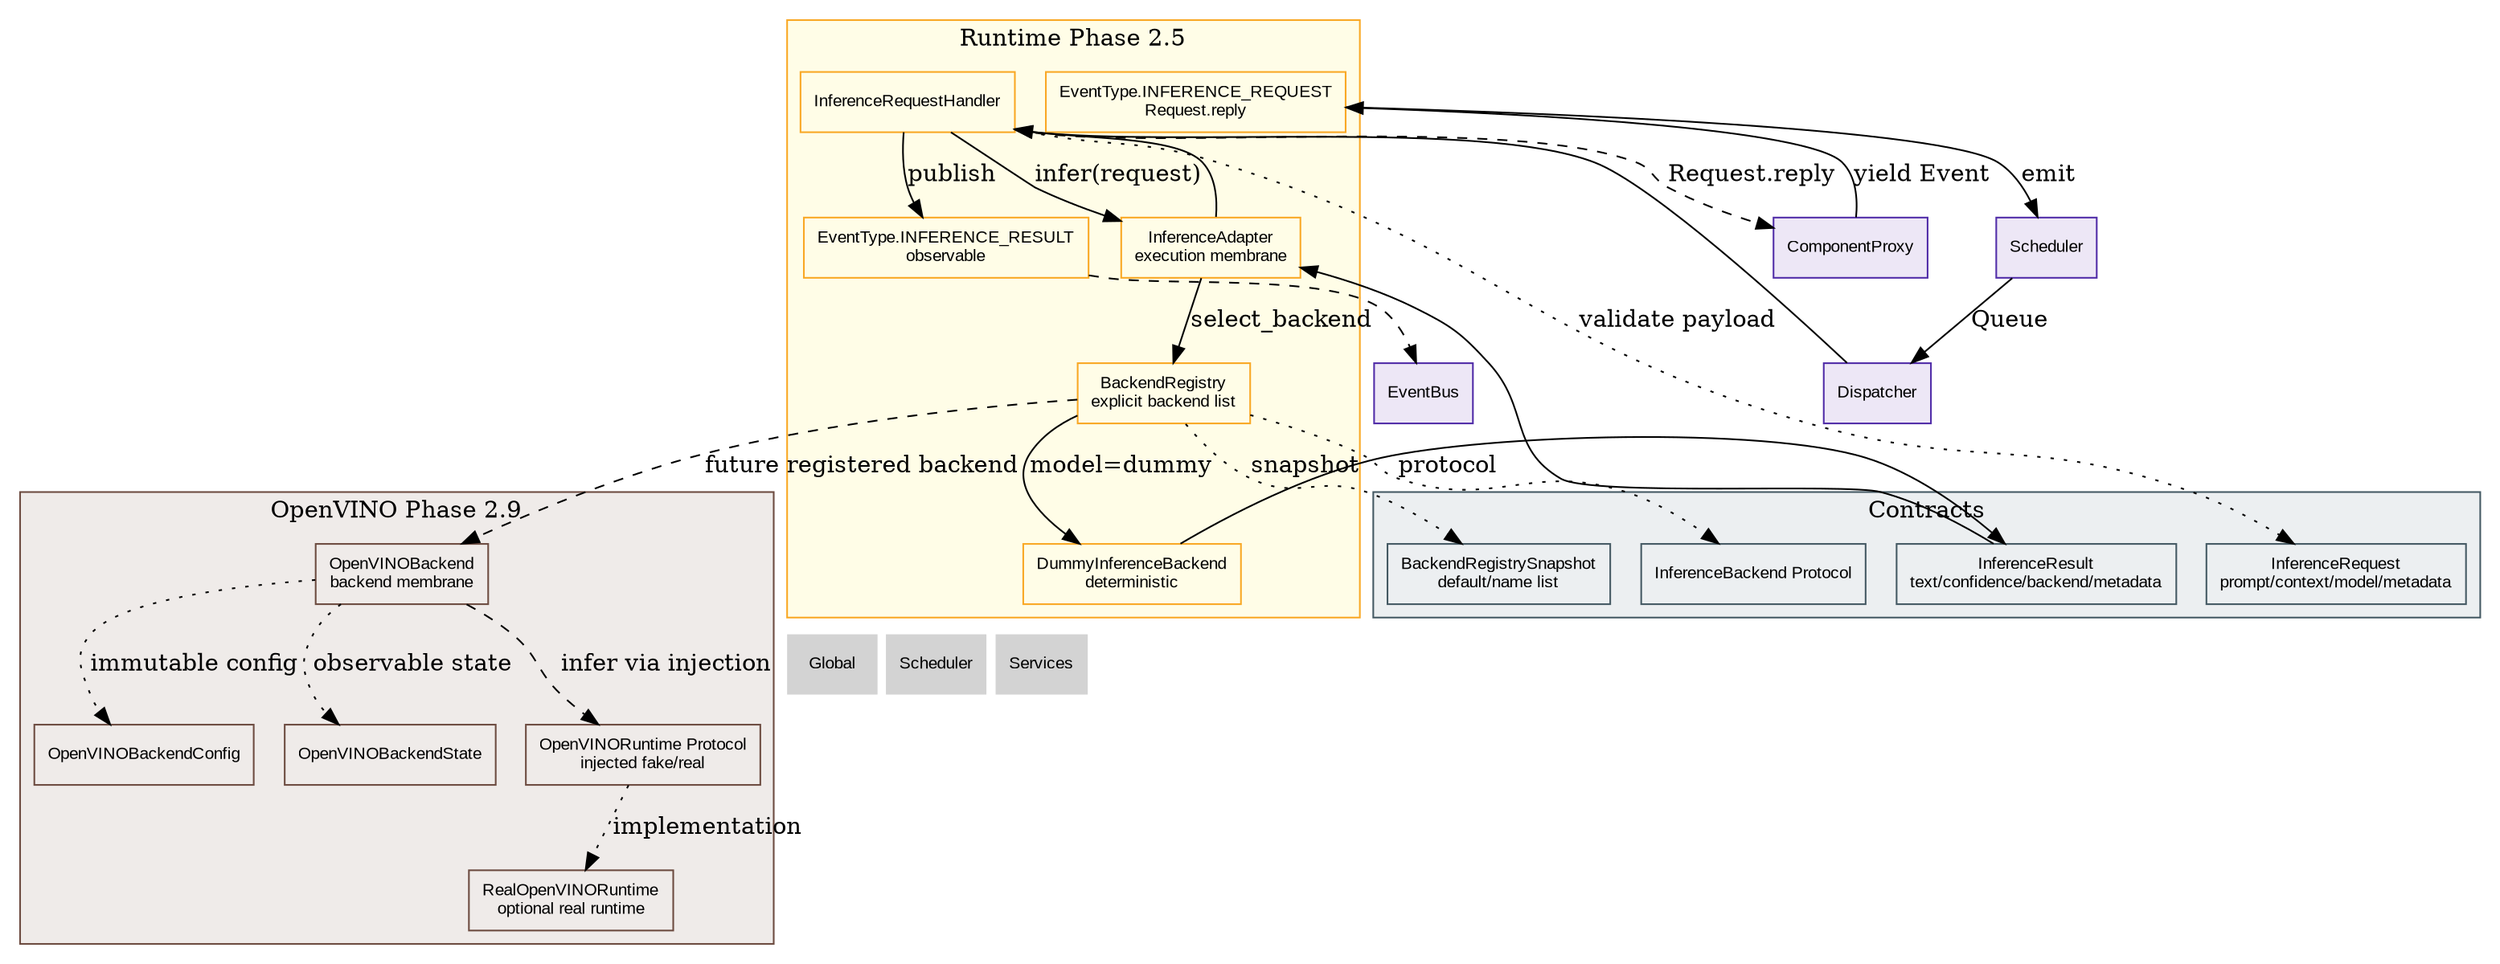
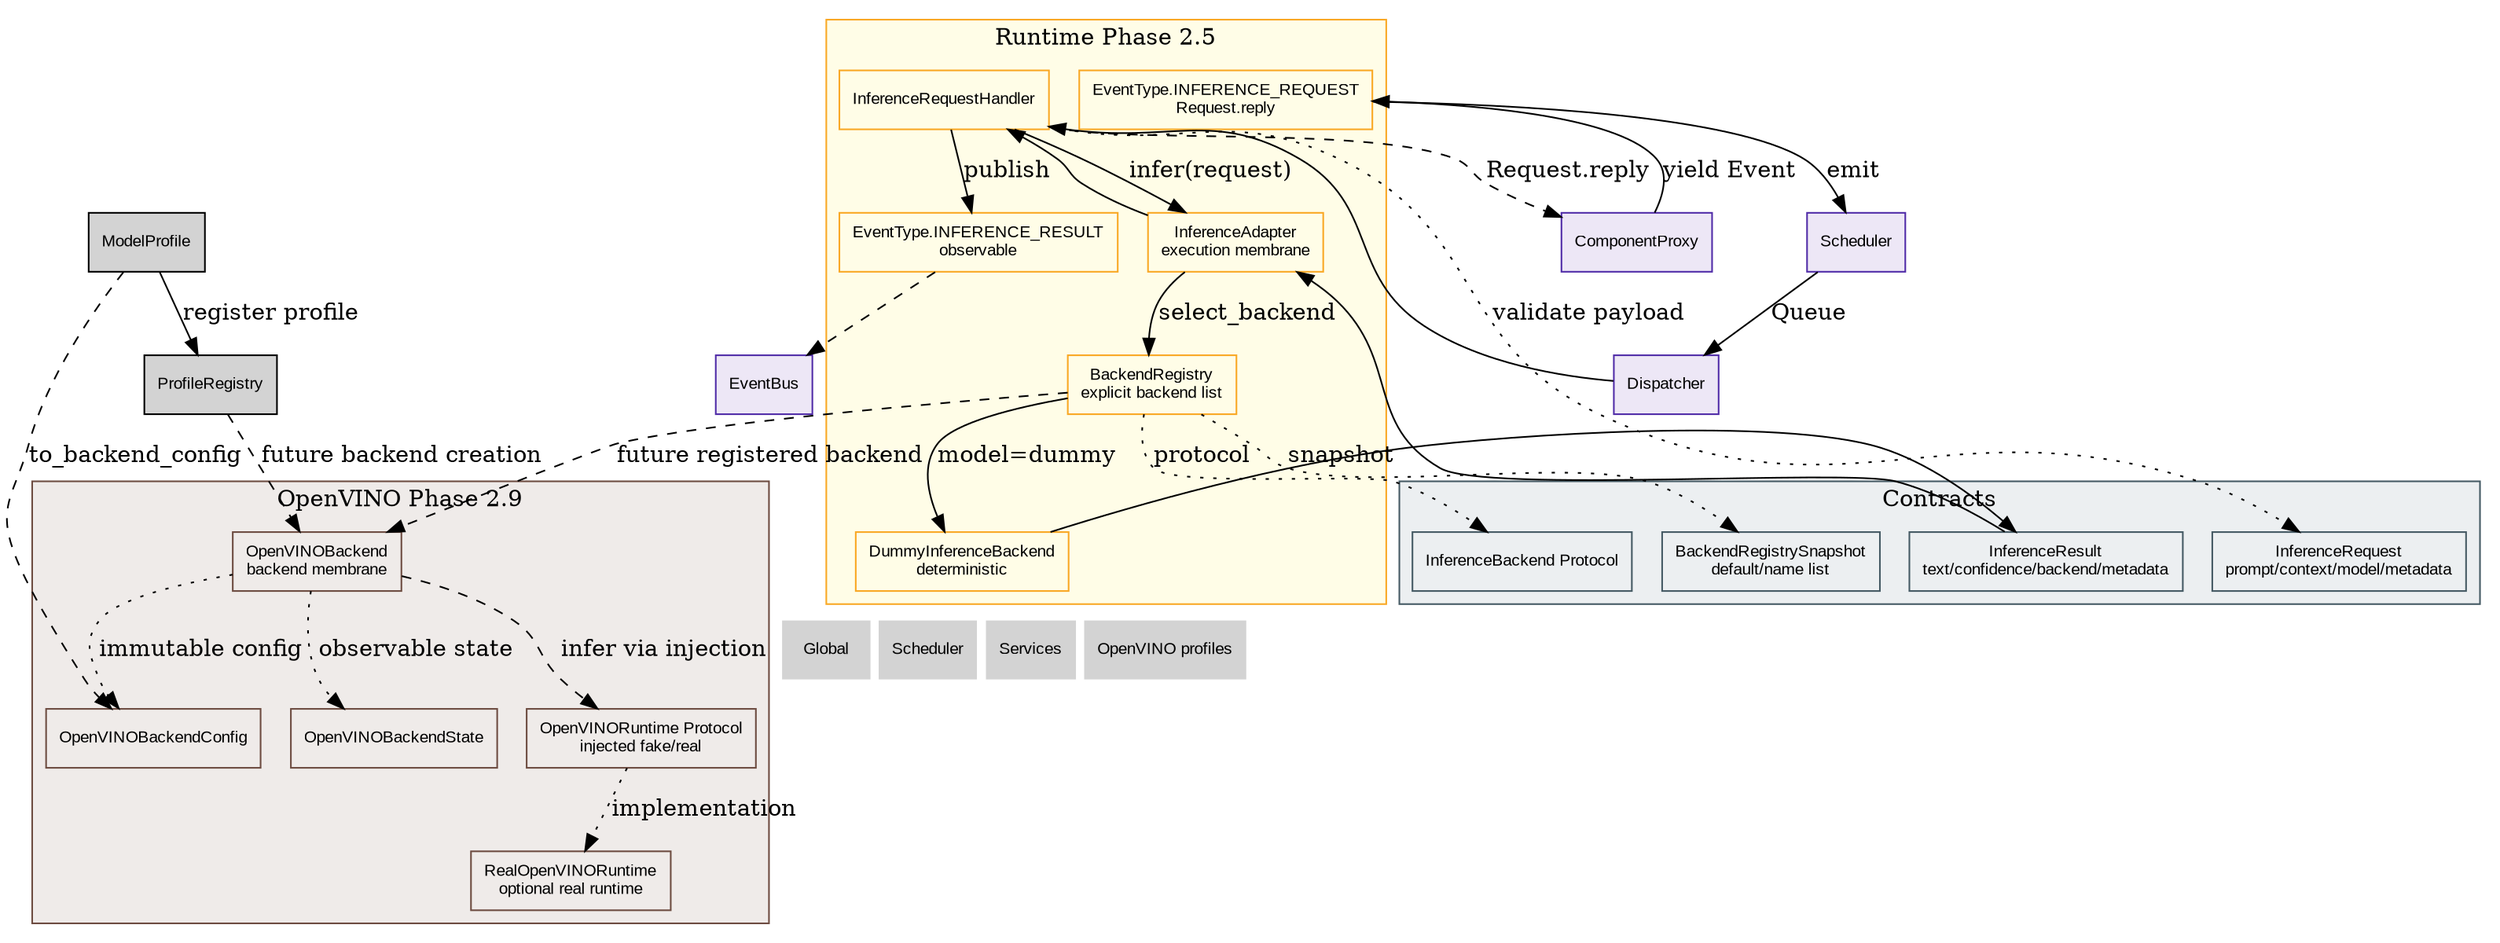
digraph Inference {
    // ROADMAP_ID: inference
    // ROADMAP_PARENT: 00_global.dot

    rankdir=TB;
    node [shape=box, style=filled, fontname="Arial", fontsize=10];

    // ROADMAP_NOTE[phase2_9]:
    // OpenVINOBackend possède maintenant un runtime réel optionnel isolé dans
    // inference/openvino_runtime.py. Le Scheduler, le Dispatcher et
    // ComponentProxy ne changent pas. Aucun modèle n'est imposé : le runtime
    // exécute uniquement des entrées OpenVINO brutes.
+ 
+     // ROADMAP_NOTE[phase3_0]:
+     // Les profils OpenVINO séparent le choix déclaratif des modèles de
+     // BackendRegistry. On peut préparer embedding/generation/raw sans imposer
+     // de tokenizer ni instancier OpenVINO.

    subgraph cluster_contracts {
        label="Contracts";
        color="#455a64";
        bgcolor="#eceff1";
        node [fillcolor="#eceff1", color="#455a64"];
        InferenceRequest [label="InferenceRequest\nprompt/context/model/metadata"];
        InferenceResult [label="InferenceResult\ntext/confidence/backend/metadata"];
        InferenceBackend [label="InferenceBackend Protocol"];
        RegistrySnapshot [label="BackendRegistrySnapshot\ndefault/name list"];
    }

    subgraph cluster_runtime {
        label="Runtime Phase 2.5";
        color="#f9a825";
        bgcolor="#fffde7";
        node [fillcolor="#fffde7", color="#f9a825"];
        EventRequest [label="EventType.INFERENCE_REQUEST\nRequest.reply"];
        Handler [label="InferenceRequestHandler"];
        Adapter [label="InferenceAdapter\nexecution membrane"];
        Registry [label="BackendRegistry\nexplicit backend list"];
        Dummy [label="DummyInferenceBackend\ndeterministic"];
        EventResult [label="EventType.INFERENCE_RESULT\nobservable"];
    }

    subgraph cluster_openvino_contract {
        label="OpenVINO Phase 2.9";
        color="#6d4c41";
        bgcolor="#efebe9";
        node [fillcolor="#efebe9", color="#6d4c41"];
        OpenVINO [label="OpenVINOBackend\nbackend membrane", URL="41_openvino_backend.svg"];
        OpenVINOConfig [label="OpenVINOBackendConfig"];
        OpenVINOState [label="OpenVINOBackendState"];
        OpenVINORuntime [label="OpenVINORuntime Protocol\ninjected fake/real"];
        RealRuntime [label="RealOpenVINORuntime\noptional real runtime", URL="42_openvino_runtime.svg"];
    }

    Scheduler [fillcolor="#ede7f6", color="#512da8", URL="../scheduler/10_scheduler.svg"];
    Dispatcher [fillcolor="#ede7f6", color="#512da8", URL="../scheduler/dispatcher/11_dispatcher.svg"];
    ComponentProxy [fillcolor="#ede7f6", color="#512da8", URL="../scheduler/component_proxy/14_component_proxy.svg"];
    EventBus [fillcolor="#ede7f6", color="#512da8", URL="../scheduler/event_bus/12_event_bus.svg"];

    ComponentProxy -> EventRequest [label="yield Event"];
    EventRequest -> Scheduler [label="emit"];
    Scheduler -> Dispatcher [label="Queue"];
    Dispatcher -> Handler;
    Handler -> InferenceRequest [style=dotted, label="validate payload"];
    Handler -> Adapter [label="infer(request)"];
    Adapter -> Registry [label="select_backend"];
    Registry -> RegistrySnapshot [style=dotted, label="snapshot"];
    Registry -> InferenceBackend [style=dotted, label="protocol"];
    Registry -> Dummy [label="model=dummy"];
    Dummy -> InferenceResult;
    InferenceResult -> Adapter;
    Adapter -> Handler;
    Handler -> ComponentProxy [label="Request.reply", style=dashed];
    Handler -> EventResult [label="publish"];
    EventResult -> EventBus [style=dashed];

    Registry -> OpenVINO [style=dashed, label="future registered backend"];
    OpenVINO -> OpenVINOConfig [style=dotted, label="immutable config"];
    OpenVINO -> OpenVINOState [style=dotted, label="observable state"];
    OpenVINO -> OpenVINORuntime [style=dashed, label="infer via injection"];
    OpenVINORuntime -> RealRuntime [style=dotted, label="implementation"];
+     ModelProfile -> OpenVINOConfig [style=dashed, label="to_backend_config"];
+     ModelProfile -> ProfileRegistry [label="register profile"];
+     ProfileRegistry -> OpenVINO [style=dashed, label="future backend creation"];

    Nav_Global [label="Global", shape=plaintext, URL="../00_global.svg"];
    Nav_Scheduler [label="Scheduler", shape=plaintext, URL="../scheduler/10_scheduler.svg"];
    Nav_Services [label="Services", shape=plaintext, URL="../services/30_services.svg"];
+     Nav_Profiles [label="OpenVINO profiles", shape=plaintext, URL="43_openvino_profiles.svg"];

-     { rank=sink; Nav_Global; Nav_Scheduler; Nav_Services; }
+     { rank=sink; Nav_Global; Nav_Scheduler; Nav_Services; Nav_Profiles; }
}
